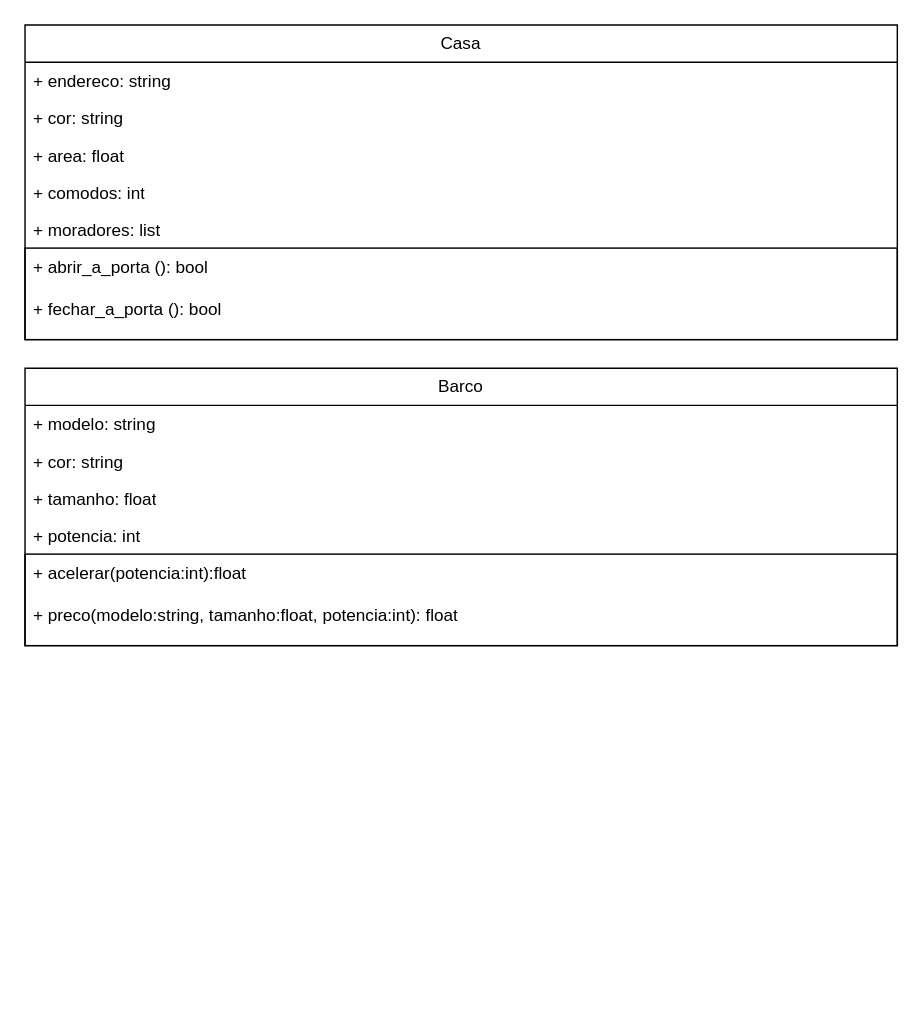
matheussilvano/drawio keeps this draw.io diagram as Exercicio1.drawio. Above is the earlier version. Source tidied: cells renumbered, new cells numbered last; positions are measured from the earlier drawing's top-left corner, leaving out a move shared by most shapes. Both pictures are drawn from the tidied source at 143%, with x=0, y=0 at pixel (24, 24).
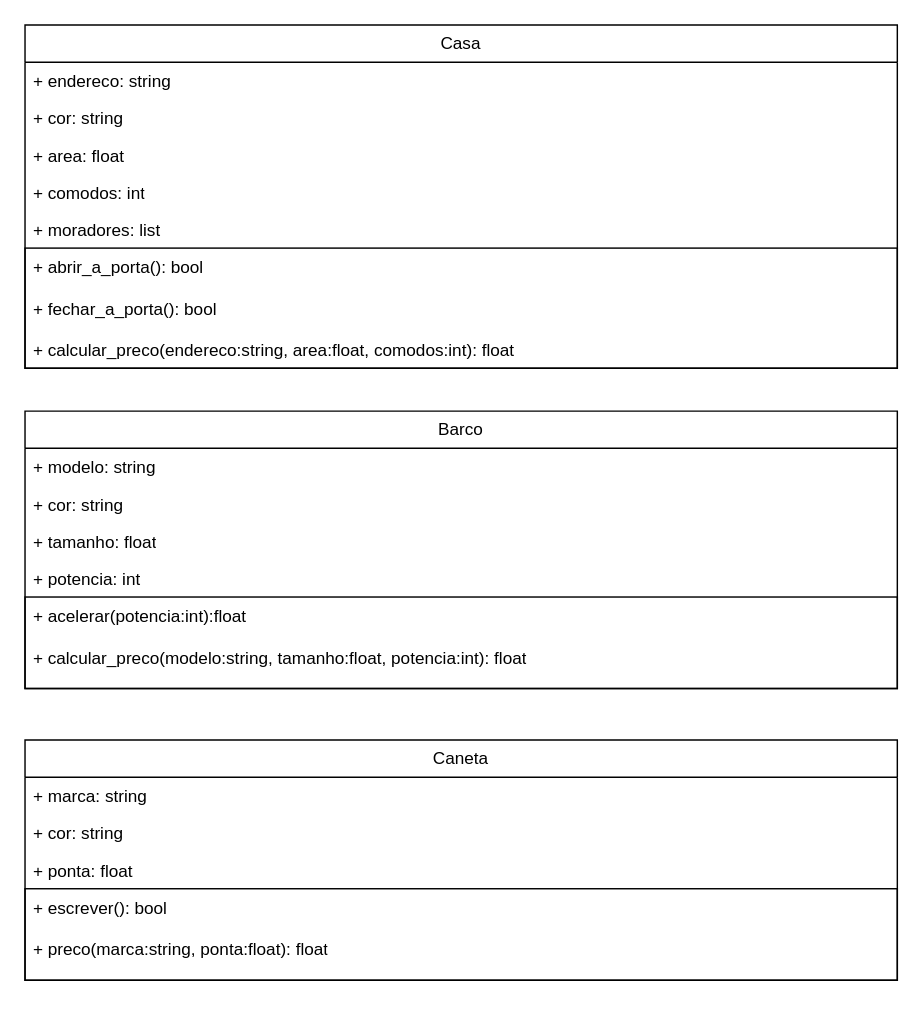
The same page after the edit.

What changed in the source:
```diff
@@
 <mxGraphModel>
   <root>
     <mxCell id="0" />
     <mxCell id="1" parent="0" />
     <mxCell id="2" value="Casa" style="swimlane;fontStyle=0;horizontal=1;startSize=26;fillColor=none;whiteSpace=wrap;html=1;" parent="1" vertex="1">
-      <mxGeometry width="610" height="220" as="geometry" />
+      <mxGeometry width="610" height="240" as="geometry" />
     </mxCell>
     <mxCell id="3" value="+ endereco: string" style="text;strokeColor=none;fillColor=none;align=left;verticalAlign=top;spacingLeft=4;spacingRight=4;overflow=hidden;whiteSpace=wrap;html=1;" parent="2" vertex="1">
       <mxGeometry y="26" width="610" height="26" as="geometry" />
     </mxCell>
     <mxCell id="4" value="+ cor: string&lt;div&gt;&lt;br&gt;&lt;/div&gt;" style="text;strokeColor=none;fillColor=none;align=left;verticalAlign=top;spacingLeft=4;spacingRight=4;overflow=hidden;whiteSpace=wrap;html=1;" parent="2" vertex="1">
       <mxGeometry y="52" width="610" height="26" as="geometry" />
     </mxCell>
     <mxCell id="5" value="+ area: float&lt;div&gt;&lt;br&gt;&lt;/div&gt;" style="text;strokeColor=none;fillColor=none;align=left;verticalAlign=top;spacingLeft=4;spacingRight=4;overflow=hidden;whiteSpace=wrap;html=1;" parent="2" vertex="1">
       <mxGeometry y="78" width="610" height="26" as="geometry" />
     </mxCell>
     <mxCell id="6" value="+ comodos: int&lt;div&gt;&lt;br&gt;&lt;/div&gt;" style="text;strokeColor=none;fillColor=none;align=left;verticalAlign=top;spacingLeft=4;spacingRight=4;overflow=hidden;whiteSpace=wrap;html=1;" parent="2" vertex="1">
       <mxGeometry y="104" width="610" height="26" as="geometry" />
     </mxCell>
     <mxCell id="7" value="+ moradores: list&lt;div&gt;&lt;br&gt;&lt;/div&gt;" style="text;strokeColor=none;fillColor=none;align=left;verticalAlign=top;spacingLeft=4;spacingRight=4;overflow=hidden;whiteSpace=wrap;html=1;" parent="2" vertex="1">
       <mxGeometry y="130" width="610" height="26" as="geometry" />
     </mxCell>
-    <mxCell id="8" value="+ abrir_a_porta (): bool&lt;div&gt;&lt;br&gt;&lt;/div&gt;&lt;div&gt;+ fechar_a_porta (): bool&lt;div&gt;&lt;br&gt;&lt;/div&gt;&lt;/div&gt;" style="text;strokeColor=default;fillColor=none;align=left;verticalAlign=top;spacingLeft=4;spacingRight=4;overflow=hidden;whiteSpace=wrap;html=1;" parent="2" vertex="1">
-      <mxGeometry y="156" width="610" height="64" as="geometry" />
+    <mxCell id="8" value="+ abrir_a_porta(): bool&lt;div&gt;&lt;br&gt;&lt;/div&gt;&lt;div&gt;+ fechar_a_porta(): bool&lt;div&gt;&lt;br&gt;&lt;/div&gt;&lt;/div&gt;&lt;div&gt;+ calcular_preco(endereco:string, area:float, comodos:int): float&lt;div&gt;&lt;br&gt;&lt;/div&gt;&lt;/div&gt;" style="text;strokeColor=default;fillColor=none;align=left;verticalAlign=top;spacingLeft=4;spacingRight=4;overflow=hidden;whiteSpace=wrap;html=1;" parent="2" vertex="1">
+      <mxGeometry y="156" width="610" height="84" as="geometry" />
     </mxCell>
     <mxCell id="9" value="Barco" style="swimlane;fontStyle=0;horizontal=1;startSize=26;fillColor=none;whiteSpace=wrap;html=1;" parent="1" vertex="1">
-      <mxGeometry y="240" width="610" height="194" as="geometry" />
+      <mxGeometry y="270" width="610" height="194" as="geometry" />
     </mxCell>
     <mxCell id="10" value="+ modelo: string" style="text;strokeColor=none;fillColor=none;align=left;verticalAlign=top;spacingLeft=4;spacingRight=4;overflow=hidden;whiteSpace=wrap;html=1;" parent="9" vertex="1">
       <mxGeometry y="26" width="610" height="26" as="geometry" />
     </mxCell>
     <mxCell id="11" value="+ cor: string&lt;div&gt;&lt;br&gt;&lt;/div&gt;" style="text;strokeColor=none;fillColor=none;align=left;verticalAlign=top;spacingLeft=4;spacingRight=4;overflow=hidden;whiteSpace=wrap;html=1;" parent="9" vertex="1">
       <mxGeometry y="52" width="610" height="26" as="geometry" />
     </mxCell>
     <mxCell id="12" value="+ tamanho: float&lt;div&gt;&lt;br&gt;&lt;/div&gt;" style="text;strokeColor=none;fillColor=none;align=left;verticalAlign=top;spacingLeft=4;spacingRight=4;overflow=hidden;whiteSpace=wrap;html=1;" parent="9" vertex="1">
       <mxGeometry y="78" width="610" height="26" as="geometry" />
     </mxCell>
     <mxCell id="13" value="+ potencia: int&lt;div&gt;&lt;br&gt;&lt;/div&gt;" style="text;strokeColor=none;fillColor=none;align=left;verticalAlign=top;spacingLeft=4;spacingRight=4;overflow=hidden;whiteSpace=wrap;html=1;" parent="9" vertex="1">
       <mxGeometry y="104" width="610" height="26" as="geometry" />
     </mxCell>
-    <mxCell id="14" value="+ acelerar(potencia:int):float&amp;nbsp;&lt;div&gt;&lt;br&gt;&lt;/div&gt;&lt;div&gt;+ preco(modelo:string, tamanho:float, potencia:int): float&lt;div&gt;&lt;br&gt;&lt;/div&gt;&lt;/div&gt;" style="text;strokeColor=default;fillColor=none;align=left;verticalAlign=top;spacingLeft=4;spacingRight=4;overflow=hidden;whiteSpace=wrap;html=1;" parent="9" vertex="1">
+    <mxCell id="14" value="+ acelerar(potencia:int):float&amp;nbsp;&lt;div&gt;&lt;br&gt;&lt;/div&gt;&lt;div&gt;+ calcular_preco(modelo:string, tamanho:float, potencia:int): float&lt;div&gt;&lt;br&gt;&lt;/div&gt;&lt;/div&gt;" style="text;strokeColor=default;fillColor=none;align=left;verticalAlign=top;spacingLeft=4;spacingRight=4;overflow=hidden;whiteSpace=wrap;html=1;" parent="9" vertex="1">
       <mxGeometry y="130" width="610" height="64" as="geometry" />
     </mxCell>
+    <mxCell id="15" value="Caneta" style="swimlane;fontStyle=0;horizontal=1;startSize=26;fillColor=none;whiteSpace=wrap;html=1;" parent="1" vertex="1">
+      <mxGeometry y="500" width="610" height="168" as="geometry" />
+    </mxCell>
+    <mxCell id="16" value="+ marca: string" style="text;strokeColor=none;fillColor=none;align=left;verticalAlign=top;spacingLeft=4;spacingRight=4;overflow=hidden;whiteSpace=wrap;html=1;" parent="15" vertex="1">
+      <mxGeometry y="26" width="610" height="26" as="geometry" />
+    </mxCell>
+    <mxCell id="17" value="+ cor: string&lt;div&gt;&lt;br&gt;&lt;/div&gt;" style="text;strokeColor=none;fillColor=none;align=left;verticalAlign=top;spacingLeft=4;spacingRight=4;overflow=hidden;whiteSpace=wrap;html=1;" parent="15" vertex="1">
+      <mxGeometry y="52" width="610" height="26" as="geometry" />
+    </mxCell>
+    <mxCell id="18" value="+ ponta: float&lt;div&gt;&lt;br&gt;&lt;/div&gt;" style="text;strokeColor=none;fillColor=none;align=left;verticalAlign=top;spacingLeft=4;spacingRight=4;overflow=hidden;whiteSpace=wrap;html=1;" parent="15" vertex="1">
+      <mxGeometry y="78" width="610" height="26" as="geometry" />
+    </mxCell>
+    <mxCell id="19" value="+ escrever(): bool&lt;div&gt;&lt;br&gt;&lt;/div&gt;&lt;div&gt;+ preco(marca:string, ponta:float): float&lt;div&gt;&lt;br&gt;&lt;/div&gt;&lt;/div&gt;" style="text;strokeColor=default;fillColor=none;align=left;verticalAlign=top;spacingLeft=4;spacingRight=4;overflow=hidden;whiteSpace=wrap;html=1;" parent="15" vertex="1">
+      <mxGeometry y="104" width="610" height="64" as="geometry" />
+    </mxCell>
   </root>
 </mxGraphModel>
```
